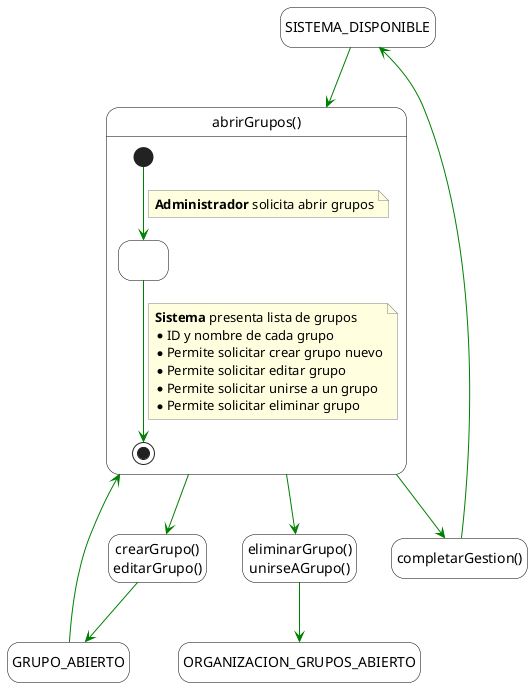
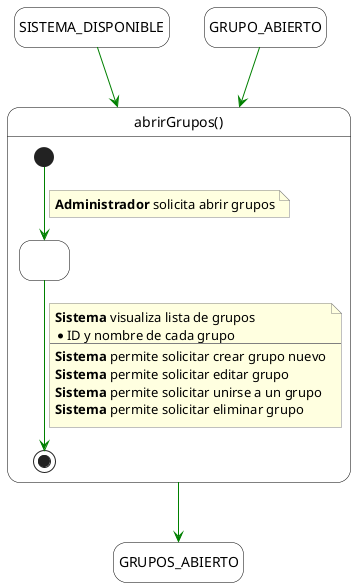
@startuml
hide empty description

' Estilos visuales
skinparam state {
    BackgroundColor White
    BorderColor Black
    ArrowColor Green
}
skinparam note {
    BackgroundColor LightYellow
    BorderColor Gray
}

- ' 1. Entradas
+ ' 1. Estados de Entrada (Arriba)
state SISTEMA_DISPONIBLE
state GRUPO_ABIERTO

- ' 2. Estado compuesto principal: abrirGrupos()
+ ' 2. Estado de Salida (Abajo)
+ state GRUPOS_ABIERTO
+ 
+ ' 3. Estado compuesto principal: abrirGrupos()
state "abrirGrupos()" as MainBlock {

+     ' Inicio del bloque
    [*] --> Paso1
    note on link
+         ' Verbo del Actor
        **Administrador** solicita abrir grupos
    end note

+     ' Estado intermedio invisible (para separar visualmente)
    state Paso1 as " "

+     ' Fin del bloque
    Paso1 --> [*]
    note on link
-         **Sistema** presenta lista de grupos
+         ' Verbos del Sistema
+         **Sistema** visualiza lista de grupos
        * ID y nombre de cada grupo
-         * Permite solicitar crear grupo nuevo
-         * Permite solicitar editar grupo
-         * Permite solicitar unirse a un grupo
-         * Permite solicitar eliminar grupo
+         ----
+         **Sistema** permite solicitar crear grupo nuevo
+         **Sistema** permite solicitar editar grupo
+         **Sistema** permite solicitar unirse a un grupo
+         **Sistema** permite solicitar eliminar grupo
    end note
- 
-     ' Nota: Se elimina el bucle de "filtrar" ya que no está en el diagrama de contexto
}

- ' Conexiones de entrada
+ ' 4. Conexiones
+ ' Ambas entradas llevan al bloque principal
SISTEMA_DISPONIBLE -down-> MainBlock
GRUPO_ABIERTO -down-> MainBlock

- ' 3. Salidas
- 
- ' Salidas hacia GRUPO_ABIERTO (crear y editar)
- state accionesGrupo as "crearGrupo()\neditarGrupo()"
- MainBlock -down-> accionesGrupo
- accionesGrupo -down-> GRUPO_ABIERTO
- 
- ' Salidas que se quedan en ORGANIZACION_GRUPOS_ABIERTO (bucles en el diagrama)
- state accionesPropias as "eliminarGrupo()\nunirseAGrupo()"
- state ORGANIZACION_GRUPOS_ABIERTO
- MainBlock -down-> accionesPropias
- accionesPropias -down-> ORGANIZACION_GRUPOS_ABIERTO
- 
- ' Salida de retorno (completarGestion)
- state finGestion as "completarGestion()"
- MainBlock -down-> finGestion
- finGestion -down-> SISTEMA_DISPONIBLE
+ ' El bloque principal lleva al estado final
+ MainBlock -down-> GRUPOS_ABIERTO

@enduml